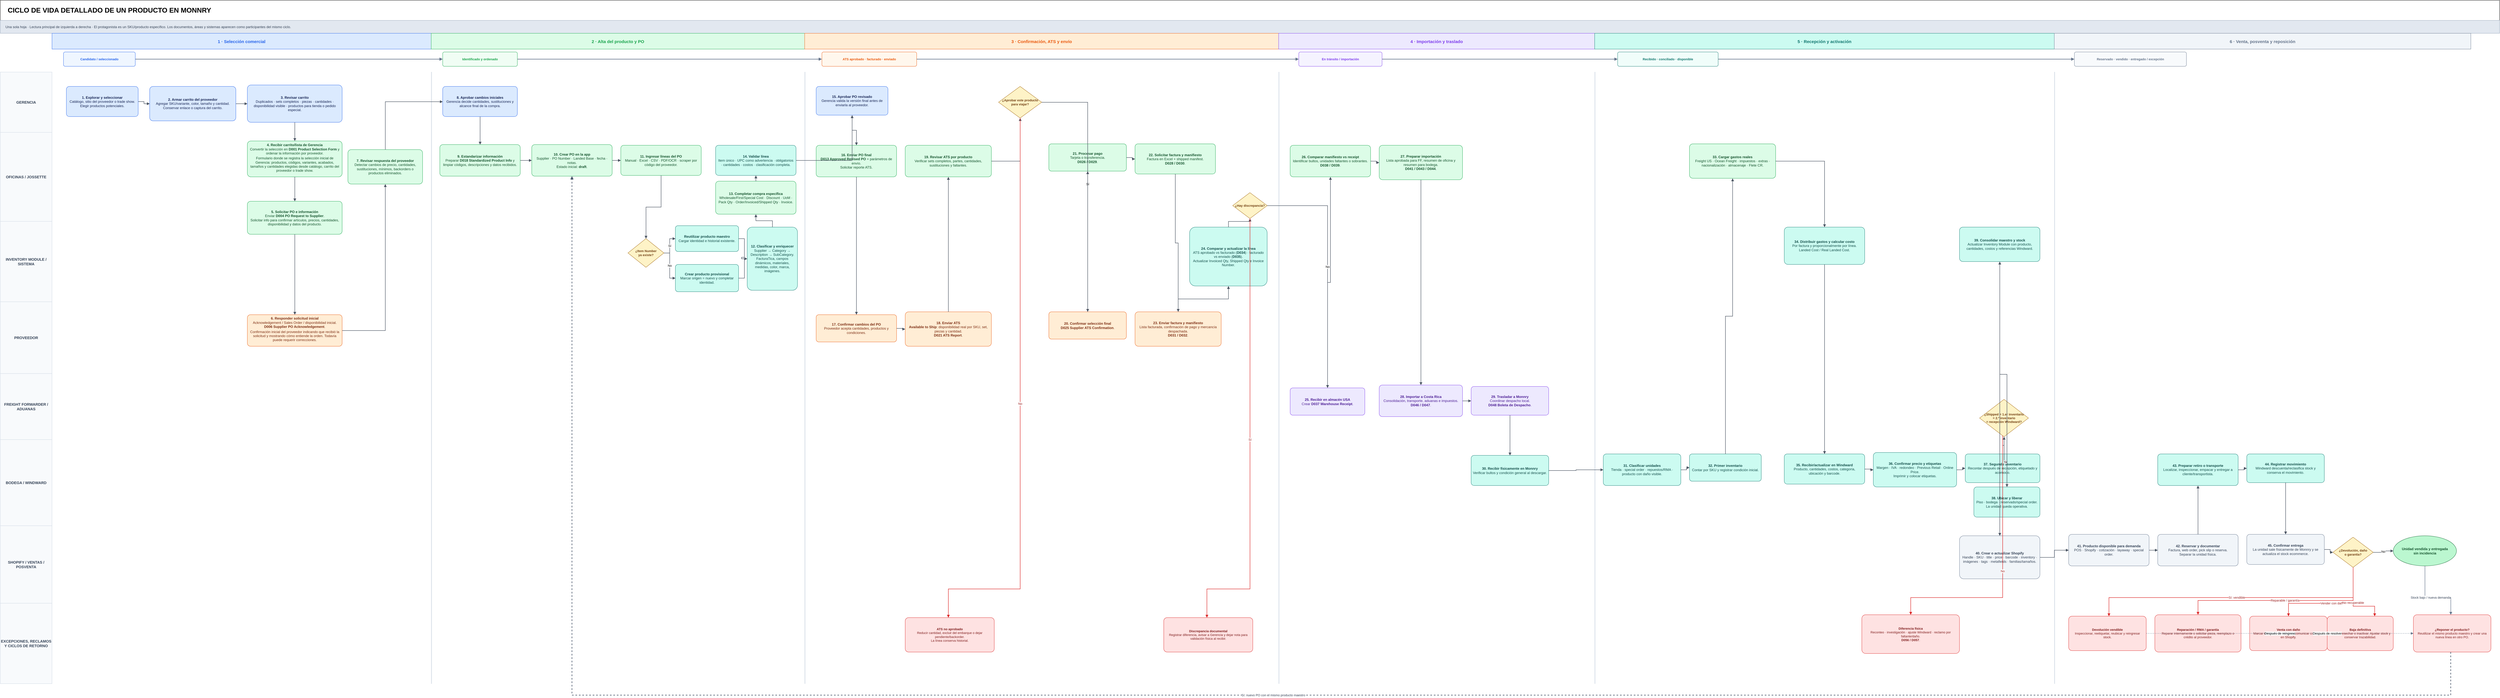
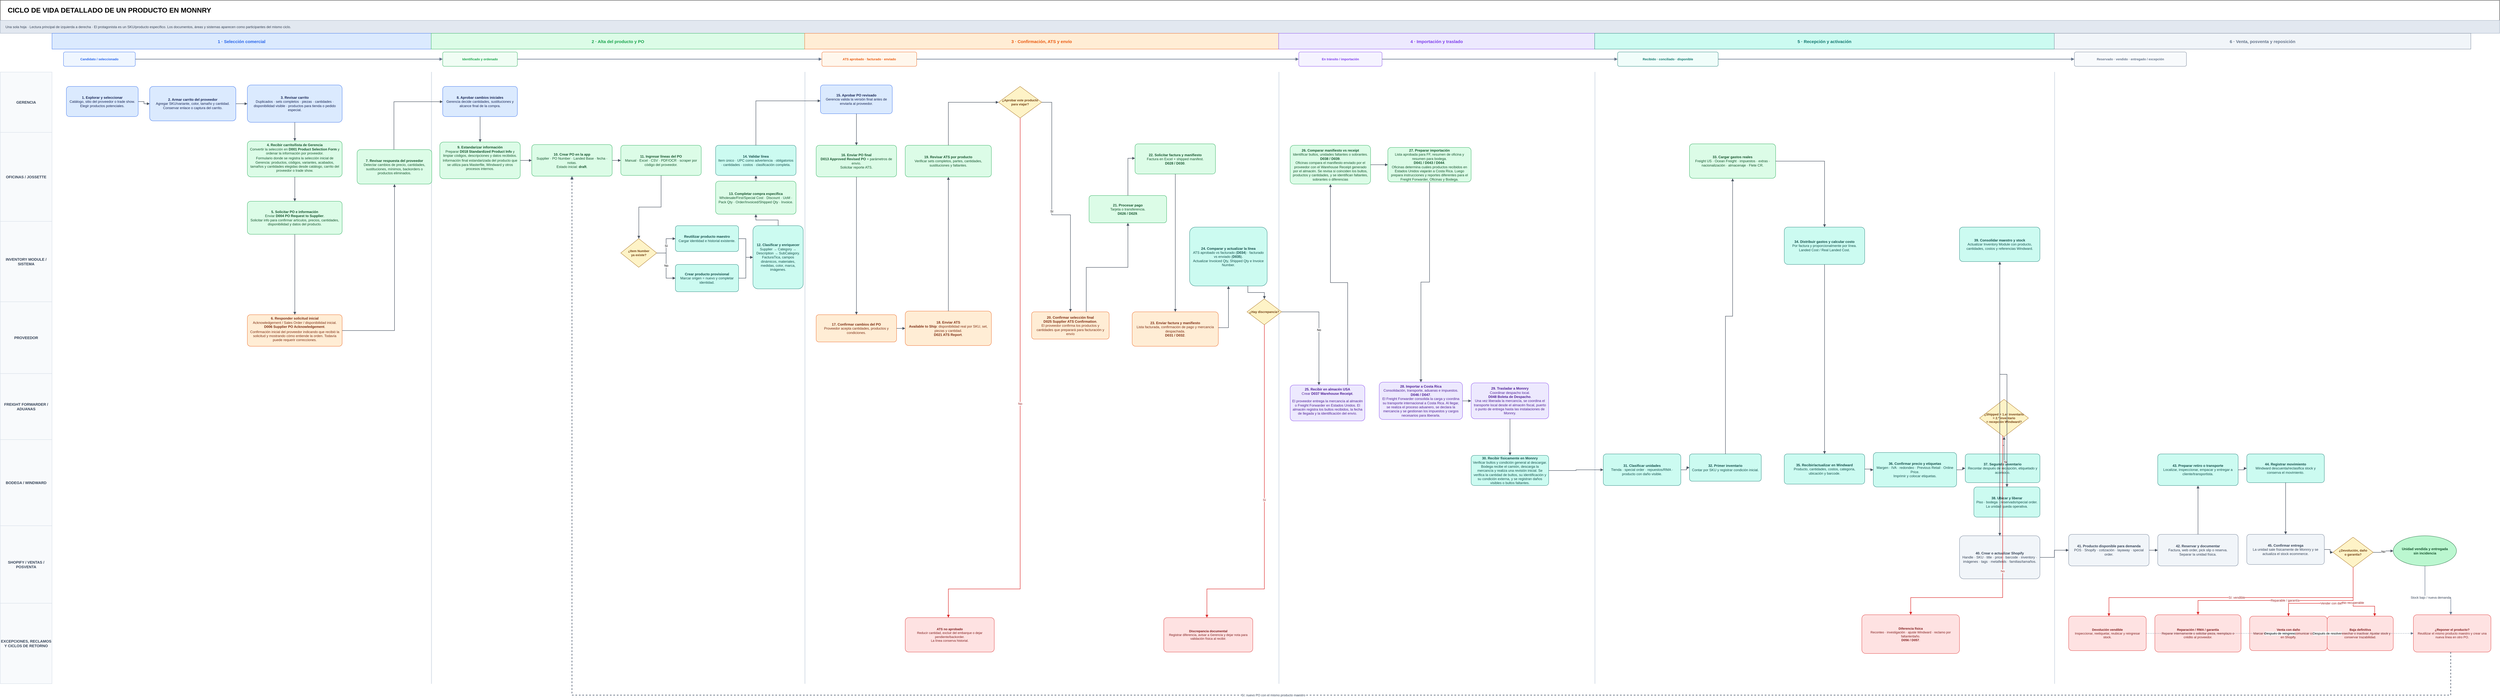
<mxfile host="app.diagrams.net" agent="ChatGPT">
  <diagram id="product-lifecycle-one-sheet" name="Ciclo completo - una hoja">
-     <mxGraphModel dx="1041" dy="578" grid="1" gridSize="10" guides="1" tooltips="1" connect="1" arrows="1" fold="1" page="1" pageScale="1" pageWidth="8700" pageHeight="2500" background="#ffffff" math="0" shadow="0">
+     <mxGraphModel dx="1339" dy="743" grid="1" gridSize="10" guides="1" tooltips="1" connect="1" arrows="1" fold="1" page="1" pageScale="1" pageWidth="8700" pageHeight="2500" background="#ffffff" math="0" shadow="0">
      <root>
        <mxCell id="0" />
        <mxCell id="1" parent="0" />
        <mxCell id="title" parent="1" style="rounded=0;whiteSpace=wrap;html=1;fontSize=24;fontStyle=1;align=left;verticalAlign=middle;spacingLeft=24;" value="CICLO DE VIDA DETALLADO DE UN PRODUCTO EN MONNRY" vertex="1">
          <mxGeometry height="70" width="8700" as="geometry" />
        </mxCell>
        <mxCell id="subtitle" parent="1" style="rounded=0;whiteSpace=wrap;html=1;fillColor=#e2e8f0;strokeColor=#94a3b8;fontColor=#334155;fontSize=12;align=left;verticalAlign=middle;spacingLeft=16;" value="Una sola hoja · Lectura principal de izquierda a derecha · El protagonista es un SKU/producto específico. Los documentos, áreas y sistemas aparecen como participantes del mismo ciclo." vertex="1">
          <mxGeometry height="45" width="8700" y="70" as="geometry" />
        </mxCell>
        <mxCell id="p1" parent="1" style="rounded=0;whiteSpace=wrap;html=1;strokeWidth=1;fontSize=15;fontStyle=1;align=center;verticalAlign=middle;fillColor=#dbeafe;strokeColor=#2563eb;fontColor=#2563eb;" value="1 · Selección comercial" vertex="1">
          <mxGeometry height="55" width="1320" x="180" y="115" as="geometry" />
        </mxCell>
        <mxCell id="p2" parent="1" style="rounded=0;whiteSpace=wrap;html=1;strokeWidth=1;fontSize=15;fontStyle=1;align=center;verticalAlign=middle;fillColor=#dcfce7;strokeColor=#16a34a;fontColor=#16a34a;" value="2 · Alta del producto y PO" vertex="1">
          <mxGeometry height="55" width="1300" x="1500" y="115" as="geometry" />
        </mxCell>
        <mxCell id="p3" parent="1" style="rounded=0;whiteSpace=wrap;html=1;strokeWidth=1;fontSize=15;fontStyle=1;align=center;verticalAlign=middle;fillColor=#ffedd5;strokeColor=#ea580c;fontColor=#ea580c;" value="3 · Confirmación, ATS y envío" vertex="1">
          <mxGeometry height="55" width="1650" x="2800" y="115" as="geometry" />
        </mxCell>
        <mxCell id="p4" parent="1" style="rounded=0;whiteSpace=wrap;html=1;strokeWidth=1;fontSize=15;fontStyle=1;align=center;verticalAlign=middle;fillColor=#ede9fe;strokeColor=#7c3aed;fontColor=#7c3aed;" value="4 · Importación y traslado" vertex="1">
          <mxGeometry height="55" width="1100" x="4450" y="115" as="geometry" />
        </mxCell>
        <mxCell id="p5" parent="1" style="rounded=0;whiteSpace=wrap;html=1;strokeWidth=1;fontSize=15;fontStyle=1;align=center;verticalAlign=middle;fillColor=#ccfbf1;strokeColor=#0f766e;fontColor=#0f766e;" value="5 · Recepción y activación" vertex="1">
          <mxGeometry height="55" width="1600" x="5550" y="115" as="geometry" />
        </mxCell>
        <mxCell id="p6" parent="1" style="rounded=0;whiteSpace=wrap;html=1;strokeWidth=1;fontSize=15;fontStyle=1;align=center;verticalAlign=middle;fillColor=#f1f5f9;strokeColor=#64748b;fontColor=#64748b;" value="6 · Venta, posventa y reposición" vertex="1">
          <mxGeometry height="55" width="1450" x="7150" y="115" as="geometry" />
        </mxCell>
        <mxCell id="st1" parent="1" style="rounded=1;whiteSpace=wrap;html=1;strokeWidth=1;fontSize=11;fontStyle=1;align=center;verticalAlign=middle;arcSize=12;fillColor=#eff6ff;strokeColor=#2563eb;fontColor=#2563eb;" value="Candidato / seleccionado" vertex="1">
          <mxGeometry height="50" width="250" x="220" y="180" as="geometry" />
        </mxCell>
        <mxCell id="st2" parent="1" style="rounded=1;whiteSpace=wrap;html=1;strokeWidth=1;fontSize=11;fontStyle=1;align=center;verticalAlign=middle;arcSize=12;fillColor=#f0fdf4;strokeColor=#16a34a;fontColor=#16a34a;" value="Identificado y ordenado" vertex="1">
          <mxGeometry height="50" width="260" x="1540" y="180" as="geometry" />
        </mxCell>
        <mxCell id="st3" parent="1" style="rounded=1;whiteSpace=wrap;html=1;strokeWidth=1;fontSize=11;fontStyle=1;align=center;verticalAlign=middle;arcSize=12;fillColor=#fff7ed;strokeColor=#ea580c;fontColor=#ea580c;" value="ATS aprobado · facturado · enviado" vertex="1">
          <mxGeometry height="50" width="330" x="2860" y="180" as="geometry" />
        </mxCell>
        <mxCell id="st4" parent="1" style="rounded=1;whiteSpace=wrap;html=1;strokeWidth=1;fontSize=11;fontStyle=1;align=center;verticalAlign=middle;arcSize=12;fillColor=#f5f3ff;strokeColor=#7c3aed;fontColor=#7c3aed;" value="En tránsito / importación" vertex="1">
          <mxGeometry height="50" width="290" x="4520" y="180" as="geometry" />
        </mxCell>
        <mxCell id="st5" parent="1" style="rounded=1;whiteSpace=wrap;html=1;strokeWidth=1;fontSize=11;fontStyle=1;align=center;verticalAlign=middle;arcSize=12;fillColor=#f0fdfa;strokeColor=#0f766e;fontColor=#0f766e;" value="Recibido · conciliado · disponible" vertex="1">
          <mxGeometry height="50" width="350" x="5630" y="180" as="geometry" />
        </mxCell>
        <mxCell id="st6" parent="1" style="rounded=1;whiteSpace=wrap;html=1;strokeWidth=1;fontSize=11;fontStyle=1;align=center;verticalAlign=middle;arcSize=12;fillColor=#f8fafc;strokeColor=#64748b;fontColor=#64748b;" value="Reservado · vendido · entregado / excepción" vertex="1">
          <mxGeometry height="50" width="390" x="7220" y="180" as="geometry" />
        </mxCell>
        <mxCell id="state_e1" edge="1" parent="1" source="st1" style="edgeStyle=orthogonalEdgeStyle;rounded=0;html=1;endArrow=block;endFill=1;strokeWidth=2;strokeColor=#64748b;" target="st2" value="">
          <mxGeometry relative="1" as="geometry" />
        </mxCell>
        <mxCell id="state_e2" edge="1" parent="1" source="st2" style="edgeStyle=orthogonalEdgeStyle;rounded=0;html=1;endArrow=block;endFill=1;strokeWidth=2;strokeColor=#64748b;" target="st3" value="">
          <mxGeometry relative="1" as="geometry" />
        </mxCell>
        <mxCell id="state_e3" edge="1" parent="1" source="st3" style="edgeStyle=orthogonalEdgeStyle;rounded=0;html=1;endArrow=block;endFill=1;strokeWidth=2;strokeColor=#64748b;" target="st4" value="">
          <mxGeometry relative="1" as="geometry" />
        </mxCell>
        <mxCell id="state_e4" edge="1" parent="1" source="st4" style="edgeStyle=orthogonalEdgeStyle;rounded=0;html=1;endArrow=block;endFill=1;strokeWidth=2;strokeColor=#64748b;" target="st5" value="">
          <mxGeometry relative="1" as="geometry" />
        </mxCell>
        <mxCell id="state_e5" edge="1" parent="1" source="st5" style="edgeStyle=orthogonalEdgeStyle;rounded=0;html=1;endArrow=block;endFill=1;strokeWidth=2;strokeColor=#64748b;" target="st6" value="">
          <mxGeometry relative="1" as="geometry" />
        </mxCell>
        <mxCell id="lane_g" parent="1" style="rounded=0;whiteSpace=wrap;html=1;strokeColor=#cbd5e1;fillColor=#f8fafc;fontColor=#334155;fontSize=13;fontStyle=1;align=center;verticalAlign=middle;" value="GERENCIA" vertex="1">
          <mxGeometry height="210" width="180" y="250" as="geometry" />
        </mxCell>
        <mxCell id="lane_o" parent="1" style="rounded=0;whiteSpace=wrap;html=1;strokeColor=#cbd5e1;fillColor=#f8fafc;fontColor=#334155;fontSize=13;fontStyle=1;align=center;verticalAlign=middle;" value="OFICINAS / JOSSETTE" vertex="1">
          <mxGeometry height="310" width="180" y="460" as="geometry" />
        </mxCell>
        <mxCell id="lane_i" parent="1" style="rounded=0;whiteSpace=wrap;html=1;strokeColor=#cbd5e1;fillColor=#f8fafc;fontColor=#334155;fontSize=13;fontStyle=1;align=center;verticalAlign=middle;" value="INVENTORY MODULE / SISTEMA" vertex="1">
          <mxGeometry height="280" width="180" y="770" as="geometry" />
        </mxCell>
        <mxCell id="lane_s" parent="1" style="rounded=0;whiteSpace=wrap;html=1;strokeColor=#cbd5e1;fillColor=#f8fafc;fontColor=#334155;fontSize=13;fontStyle=1;align=center;verticalAlign=middle;" value="PROVEEDOR" vertex="1">
          <mxGeometry height="250" width="180" y="1050" as="geometry" />
        </mxCell>
        <mxCell id="lane_f" parent="1" style="rounded=0;whiteSpace=wrap;html=1;strokeColor=#cbd5e1;fillColor=#f8fafc;fontColor=#334155;fontSize=13;fontStyle=1;align=center;verticalAlign=middle;" value="FREIGHT FORWARDER / ADUANAS" vertex="1">
          <mxGeometry height="230" width="180" y="1300" as="geometry" />
        </mxCell>
        <mxCell id="lane_b" parent="1" style="rounded=0;whiteSpace=wrap;html=1;strokeColor=#cbd5e1;fillColor=#f8fafc;fontColor=#334155;fontSize=13;fontStyle=1;align=center;verticalAlign=middle;" value="BODEGA / WINDWARD" vertex="1">
          <mxGeometry height="300" width="180" y="1530" as="geometry" />
        </mxCell>
        <mxCell id="lane_v" parent="1" style="rounded=0;whiteSpace=wrap;html=1;strokeColor=#cbd5e1;fillColor=#f8fafc;fontColor=#334155;fontSize=13;fontStyle=1;align=center;verticalAlign=middle;" value="SHOPIFY / VENTAS / POSVENTA" vertex="1">
          <mxGeometry height="270" width="180" y="1830" as="geometry" />
        </mxCell>
        <mxCell id="lane_x" parent="1" style="rounded=0;whiteSpace=wrap;html=1;strokeColor=#cbd5e1;fillColor=#f8fafc;fontColor=#334155;fontSize=13;fontStyle=1;align=center;verticalAlign=middle;" value="EXCEPCIONES, RECLAMOS Y CICLOS DE RETORNO" vertex="1">
          <mxGeometry height="280" width="180" y="2100" as="geometry" />
        </mxCell>
        <mxCell id="sep1" parent="1" style="rounded=0;html=1;fillColor=#cbd5e1;strokeColor=#cbd5e1;opacity=60;" value="" vertex="1">
          <mxGeometry height="2130" width="2" x="1500" y="250" as="geometry" />
        </mxCell>
        <mxCell id="sep2" parent="1" style="rounded=0;html=1;fillColor=#cbd5e1;strokeColor=#cbd5e1;opacity=60;" value="" vertex="1">
          <mxGeometry height="2130" width="2" x="2800" y="250" as="geometry" />
        </mxCell>
        <mxCell id="sep3" parent="1" style="rounded=0;html=1;fillColor=#cbd5e1;strokeColor=#cbd5e1;opacity=60;" value="" vertex="1">
          <mxGeometry height="2130" width="2" x="4450" y="250" as="geometry" />
        </mxCell>
        <mxCell id="sep4" parent="1" style="rounded=0;html=1;fillColor=#cbd5e1;strokeColor=#cbd5e1;opacity=60;" value="" vertex="1">
          <mxGeometry height="2130" width="2" x="5550" y="250" as="geometry" />
        </mxCell>
        <mxCell id="sep5" parent="1" style="rounded=0;html=1;fillColor=#cbd5e1;strokeColor=#cbd5e1;opacity=60;" value="" vertex="1">
          <mxGeometry height="2130" width="2" x="7150" y="250" as="geometry" />
        </mxCell>
        <mxCell id="g1" parent="1" style="rounded=1;whiteSpace=wrap;html=1;strokeColor=#2563eb;fillColor=#dbeafe;fontColor=#172554;fontSize=12;align=center;verticalAlign=middle;spacing=7;arcSize=10;" value="&lt;b&gt;1. Explorar y seleccionar&lt;/b&gt;&lt;br&gt;Catálogo, sitio del proveedor o trade show.&lt;br&gt;Elegir productos potenciales." vertex="1">
          <mxGeometry height="105" width="250" x="230" y="300" as="geometry" />
        </mxCell>
        <mxCell id="g2" parent="1" style="rounded=1;whiteSpace=wrap;html=1;strokeColor=#2563eb;fillColor=#dbeafe;fontColor=#172554;fontSize=12;align=center;verticalAlign=middle;spacing=7;arcSize=10;" value="&lt;b&gt;2. Armar carrito del proveedor&lt;/b&gt;&lt;br&gt;Agregar SKU/variante, color, tamaño y cantidad.&lt;br&gt;Conservar enlace o captura del carrito." vertex="1">
          <mxGeometry height="120" width="300" x="520" y="300" as="geometry" />
        </mxCell>
        <mxCell id="g3" parent="1" style="rounded=1;whiteSpace=wrap;html=1;strokeColor=#2563eb;fillColor=#dbeafe;fontColor=#172554;fontSize=12;align=center;verticalAlign=middle;spacing=7;arcSize=10;" value="&lt;b&gt;3. Revisar carrito&lt;/b&gt;&lt;br&gt;Duplicados · sets completos · piezas · cantidades · disponibilidad visible · productos para tienda o pedido especial." vertex="1">
          <mxGeometry height="130" width="330" x="860" y="295" as="geometry" />
        </mxCell>
        <mxCell id="o1" parent="1" style="rounded=1;whiteSpace=wrap;html=1;strokeColor=#16a34a;fillColor=#dcfce7;fontColor=#14532d;fontSize=12;align=center;verticalAlign=middle;spacing=7;arcSize=10;" value="&lt;b&gt;4. Recibir carrito/lista de Gerencia&lt;/b&gt;&lt;br&gt;Convertir la selección en &lt;b&gt;D001 Product Selection Form&lt;/b&gt; y ordenar la información por proveedor.&lt;div&gt;&lt;table&gt;&lt;tbody&gt;&lt;tr data-start=&quot;1171&quot; data-end=&quot;1396&quot;&gt;&lt;td data-col-size=&quot;xl&quot; data-start=&quot;1207&quot; data-end=&quot;1396&quot;&gt;Formulario donde se registra la selección inicial de Gerencia: productos, códigos, variantes, acabados, tamaños y cantidades elegidas desde catálogo, carrito del proveedor o trade show.&lt;/td&gt;&lt;/tr&gt;&lt;/tbody&gt;&lt;/table&gt;&lt;table&gt;&lt;tbody&gt;&lt;tr data-start=&quot;1397&quot; data-end=&quot;1542&quot;&gt;&lt;td data-start=&quot;1397&quot; data-end=&quot;1408&quot; data-col-size=&quot;sm&quot;&gt;&lt;/td&gt;&lt;/tr&gt;&lt;/tbody&gt;&lt;/table&gt;&lt;/div&gt;" vertex="1">
          <mxGeometry height="125" width="330" x="860" y="490" as="geometry" />
        </mxCell>
        <mxCell id="o2" parent="1" style="rounded=1;whiteSpace=wrap;html=1;strokeColor=#16a34a;fillColor=#dcfce7;fontColor=#14532d;fontSize=12;align=center;verticalAlign=middle;spacing=7;arcSize=10;" value="&lt;b&gt;5. Solicitar PO e información&lt;/b&gt;&lt;br&gt;Enviar &lt;b&gt;D004 PO Request to Supplier&lt;/b&gt;.&lt;br&gt;Solicitar info para confirmar artículos, precios, cantidades, disponibilidad y datos del producto." vertex="1">
          <mxGeometry height="115" width="330" x="860" y="700" as="geometry" />
        </mxCell>
        <mxCell id="s1" parent="1" style="rounded=1;whiteSpace=wrap;html=1;strokeColor=#ea580c;fillColor=#ffedd5;fontColor=#7c2d12;fontSize=12;align=center;verticalAlign=middle;spacing=7;arcSize=10;" value="&lt;b&gt;6. Responder solicitud inicial&lt;/b&gt;&lt;br&gt;Acknowledgement / Sales Order / disponibilidad inicial.&lt;br&gt;&lt;b&gt;D006 Supplier PO Acknowledgement&lt;/b&gt;.&lt;div&gt;&lt;table&gt;&lt;tbody&gt;&lt;tr data-start=&quot;1743&quot; data-end=&quot;1930&quot;&gt;&lt;td data-start=&quot;1784&quot; data-end=&quot;1930&quot; data-col-size=&quot;xl&quot;&gt;Confirmación inicial del proveedor indicando que recibió la solicitud y mostrando cómo entiende la orden. Todavía puede requerir correcciones.&lt;/td&gt;&lt;/tr&gt;&lt;/tbody&gt;&lt;/table&gt;&lt;table&gt;&lt;tbody&gt;&lt;tr data-start=&quot;1931&quot; data-end=&quot;2079&quot;&gt;&lt;td data-start=&quot;1931&quot; data-end=&quot;1942&quot; data-col-size=&quot;sm&quot;&gt;&lt;/td&gt;&lt;/tr&gt;&lt;/tbody&gt;&lt;/table&gt;&lt;/div&gt;" vertex="1">
          <mxGeometry height="110" width="330" x="860" y="1095" as="geometry" />
        </mxCell>
        <mxCell id="o3" parent="1" style="rounded=1;whiteSpace=wrap;html=1;strokeColor=#16a34a;fillColor=#dcfce7;fontColor=#14532d;fontSize=12;align=center;verticalAlign=middle;spacing=7;arcSize=10;" value="&lt;b&gt;7. Revisar respuesta del proveedor&lt;/b&gt;&lt;br&gt;Detectar cambios de precio, cantidades, sustituciones, mínimos, backorders o productos eliminados." vertex="1">
-           <mxGeometry height="120" width="260" x="1210" y="520" as="geometry" />
+           <mxGeometry height="120" width="260" x="1242" y="520" as="geometry" />
        </mxCell>
        <mxCell id="e1" edge="1" parent="1" source="g1" style="edgeStyle=orthogonalEdgeStyle;rounded=0;orthogonalLoop=1;jettySize=auto;html=1;endArrow=block;endFill=1;strokeWidth=1.5;strokeColor=#4b5563;fontSize=11;labelBackgroundColor=#ffffff;" target="g2" value="">
          <mxGeometry relative="1" as="geometry" />
        </mxCell>
        <mxCell id="e2" edge="1" parent="1" source="g2" style="edgeStyle=orthogonalEdgeStyle;rounded=0;orthogonalLoop=1;jettySize=auto;html=1;endArrow=block;endFill=1;strokeWidth=1.5;strokeColor=#4b5563;fontSize=11;labelBackgroundColor=#ffffff;" target="g3" value="">
          <mxGeometry relative="1" as="geometry" />
        </mxCell>
        <mxCell id="e3" edge="1" parent="1" source="g3" style="edgeStyle=orthogonalEdgeStyle;rounded=0;orthogonalLoop=1;jettySize=auto;html=1;endArrow=block;endFill=1;strokeWidth=1.5;strokeColor=#4b5563;fontSize=11;labelBackgroundColor=#ffffff;" target="o1" value="">
          <mxGeometry relative="1" as="geometry" />
        </mxCell>
        <mxCell id="e4" edge="1" parent="1" source="o1" style="edgeStyle=orthogonalEdgeStyle;rounded=0;orthogonalLoop=1;jettySize=auto;html=1;endArrow=block;endFill=1;strokeWidth=1.5;strokeColor=#4b5563;fontSize=11;labelBackgroundColor=#ffffff;" target="o2" value="">
          <mxGeometry relative="1" as="geometry" />
        </mxCell>
        <mxCell id="e5" edge="1" parent="1" source="o2" style="edgeStyle=orthogonalEdgeStyle;rounded=0;orthogonalLoop=1;jettySize=auto;html=1;endArrow=block;endFill=1;strokeWidth=1.5;strokeColor=#4b5563;fontSize=11;labelBackgroundColor=#ffffff;" target="s1" value="">
          <mxGeometry relative="1" as="geometry" />
        </mxCell>
        <mxCell id="e6" edge="1" parent="1" source="s1" style="edgeStyle=orthogonalEdgeStyle;rounded=0;orthogonalLoop=1;jettySize=auto;html=1;endArrow=block;endFill=1;strokeWidth=1.5;strokeColor=#4b5563;fontSize=11;labelBackgroundColor=#ffffff;" target="o3" value="">
          <mxGeometry relative="1" as="geometry" />
        </mxCell>
        <mxCell id="g4" parent="1" style="rounded=1;whiteSpace=wrap;html=1;strokeColor=#2563eb;fillColor=#dbeafe;fontColor=#172554;fontSize=12;align=center;verticalAlign=middle;spacing=7;arcSize=10;" value="&lt;b&gt;8. Aprobar cambios iniciales&lt;/b&gt;&lt;br&gt;Gerencia decide cantidades, sustituciones y alcance final de la compra." vertex="1">
          <mxGeometry height="105" width="260" x="1540" y="300" as="geometry" />
        </mxCell>
-         <mxCell id="o4" parent="1" style="rounded=1;whiteSpace=wrap;html=1;strokeColor=#16a34a;fillColor=#dcfce7;fontColor=#14532d;fontSize=12;align=center;verticalAlign=middle;spacing=7;arcSize=10;" value="&lt;b&gt;9. Estandarizar información&lt;/b&gt;&lt;br&gt;Preparar &lt;b&gt;D018 Standardized Product Info&lt;/b&gt; y limpiar códigos, descripciones y datos recibidos." vertex="1">
-           <mxGeometry height="110" width="280" x="1530" y="502.5" as="geometry" />
+         <mxCell id="o4" parent="1" style="rounded=1;whiteSpace=wrap;html=1;strokeColor=#16a34a;fillColor=#dcfce7;fontColor=#14532d;fontSize=12;align=center;verticalAlign=middle;spacing=7;arcSize=10;" value="&lt;b&gt;9. Estandarizar información&lt;/b&gt;&lt;br&gt;Preparar &lt;b&gt;D018 Standardized Product Info&lt;/b&gt; y limpiar códigos, descripciones y datos recibidos.&lt;div&gt;&lt;div class=&quot;TyagGW_tableContainer&quot;&gt;&lt;div tabindex=&quot;-1&quot; class=&quot;group TyagGW_tableWrapper flex flex-col-reverse w-fit&quot;&gt;&lt;table data-start=&quot;2579&quot; data-end=&quot;3482&quot; class=&quot;w-fit min-w-(--thread-content-width)&quot;&gt;&lt;tbody data-start=&quot;2638&quot; data-end=&quot;3482&quot;&gt;&lt;tr data-start=&quot;3327&quot; data-end=&quot;3482&quot;&gt;&lt;td data-col-size=&quot;lg&quot; data-start=&quot;3366&quot; data-end=&quot;3482&quot;&gt;Información final estandarizada del producto que se utiliza para Masterfile, Windward y otros procesos internos.&lt;/td&gt;&lt;/tr&gt;&lt;/tbody&gt;&lt;/table&gt;&lt;/div&gt;&lt;/div&gt;&lt;h3 data-section-id=&quot;13wfbe&quot; data-start=&quot;3484&quot; data-end=&quot;3516&quot;&gt;&lt;/h3&gt;&lt;/div&gt;" vertex="1">
+           <mxGeometry height="127.5" width="280" x="1530" y="493.75" as="geometry" />
        </mxCell>
        <mxCell id="o5" parent="1" style="rounded=1;whiteSpace=wrap;html=1;strokeColor=#16a34a;fillColor=#dcfce7;fontColor=#14532d;fontSize=12;align=center;verticalAlign=middle;spacing=7;arcSize=10;" value="&lt;b&gt;10. Crear PO en la app&lt;/b&gt;&lt;br&gt;Supplier · PO Number · Landed Base · fecha · notas.&lt;br&gt;Estado inicial: &lt;b&gt;draft&lt;/b&gt;." vertex="1">
          <mxGeometry height="110" width="280" x="1850" y="502.5" as="geometry" />
        </mxCell>
        <mxCell id="o6" parent="1" style="rounded=1;whiteSpace=wrap;html=1;strokeColor=#16a34a;fillColor=#dcfce7;fontColor=#14532d;fontSize=12;align=center;verticalAlign=middle;spacing=7;arcSize=10;" value="&lt;b&gt;11. Ingresar líneas del PO&lt;/b&gt;&lt;br&gt;Manual · Excel · CSV · PDF/OCR · scraper por código del proveedor." vertex="1">
          <mxGeometry height="105" width="280" x="2160" y="505" as="geometry" />
        </mxCell>
        <mxCell id="d_exist" parent="1" style="rhombus;whiteSpace=wrap;html=1;strokeColor=#a16207;fillColor=#fef3c7;fontColor=#713f12;fontSize=11;fontStyle=1;align=center;verticalAlign=middle;spacing=5;" value="¿Item Number&lt;br&gt;ya existe?" vertex="1">
-           <mxGeometry height="100" width="125" x="2185" y="830" as="geometry" />
+           <mxGeometry height="100" width="125" x="2160" y="830" as="geometry" />
        </mxCell>
        <mxCell id="i_exist" parent="1" style="rounded=1;whiteSpace=wrap;html=1;strokeColor=#0f766e;fillColor=#ccfbf1;fontColor=#134e4a;fontSize=12;align=center;verticalAlign=middle;spacing=7;arcSize=10;" value="&lt;b&gt;Reutilizar producto maestro&lt;/b&gt;&lt;br&gt;Cargar identidad e historial existente." vertex="1">
          <mxGeometry height="90" width="220" x="2350" y="785" as="geometry" />
        </mxCell>
        <mxCell id="i_new" parent="1" style="rounded=1;whiteSpace=wrap;html=1;strokeColor=#0f766e;fillColor=#ccfbf1;fontColor=#134e4a;fontSize=12;align=center;verticalAlign=middle;spacing=7;arcSize=10;" value="&lt;b&gt;Crear producto provisional&lt;/b&gt;&lt;br&gt;Marcar origen = nuevo y completar identidad." vertex="1">
          <mxGeometry height="95" width="220" x="2350" y="920" as="geometry" />
        </mxCell>
        <mxCell id="i_class" parent="1" style="rounded=1;whiteSpace=wrap;html=1;strokeColor=#0f766e;fillColor=#ccfbf1;fontColor=#134e4a;fontSize=12;align=center;verticalAlign=middle;spacing=7;arcSize=10;" value="&lt;b&gt;12. Clasificar y enriquecer&lt;/b&gt;&lt;br&gt;Supplier → Category → Description → SubCategory.&lt;br&gt;FacturaTica, campos dinámicos, materiales, medidas, color, marca, imágenes." vertex="1">
-           <mxGeometry height="220" width="175" x="2600" y="790" as="geometry" />
+           <mxGeometry height="220" width="175" x="2620" y="785" as="geometry" />
        </mxCell>
        <mxCell id="o7" parent="1" style="rounded=1;whiteSpace=wrap;html=1;strokeColor=#16a34a;fillColor=#dcfce7;fontColor=#14532d;fontSize=12;align=center;verticalAlign=middle;spacing=7;arcSize=10;" value="&lt;b&gt;13. Completar compra específica&lt;/b&gt;&lt;br&gt;Wholesale/First/Special Cost · Discount · UoM · Pack Qty · Order/Invoiced/Shipped Qty · Invoice." vertex="1">
          <mxGeometry height="115" width="280" x="2490" y="630" as="geometry" />
        </mxCell>
        <mxCell id="i_validate" parent="1" style="rounded=1;whiteSpace=wrap;html=1;strokeColor=#0f766e;fillColor=#ccfbf1;fontColor=#134e4a;fontSize=12;align=center;verticalAlign=middle;spacing=7;arcSize=10;" value="&lt;b&gt;14. Validar línea&lt;/b&gt;&lt;br&gt;Item único · UPC como advertencia · obligatorios · cantidades · costos · clasificación completa." vertex="1">
          <mxGeometry height="105" width="280" x="2490" y="505" as="geometry" />
        </mxCell>
        <mxCell id="e7" edge="1" parent="1" source="o3" style="edgeStyle=orthogonalEdgeStyle;rounded=0;orthogonalLoop=1;jettySize=auto;html=1;endArrow=block;endFill=1;strokeWidth=1.5;strokeColor=#4b5563;fontSize=11;labelBackgroundColor=#ffffff;" target="g4" value="">
          <mxGeometry relative="1" as="geometry">
            <Array as="points">
-               <mxPoint x="1340" y="353" />
-             </Array>
+               <mxPoint x="1370" y="353" />
+             </Array>
+             <mxPoint x="1340" y="480" as="sourcePoint" />
          </mxGeometry>
        </mxCell>
        <mxCell id="e8" edge="1" parent="1" source="g4" style="edgeStyle=orthogonalEdgeStyle;rounded=0;orthogonalLoop=1;jettySize=auto;html=1;endArrow=block;endFill=1;strokeWidth=1.5;strokeColor=#4b5563;fontSize=11;labelBackgroundColor=#ffffff;" target="o4" value="">
          <mxGeometry relative="1" as="geometry" />
        </mxCell>
        <mxCell id="e9" edge="1" parent="1" source="o4" style="edgeStyle=orthogonalEdgeStyle;rounded=0;orthogonalLoop=1;jettySize=auto;html=1;endArrow=block;endFill=1;strokeWidth=1.5;strokeColor=#4b5563;fontSize=11;labelBackgroundColor=#ffffff;" target="o5" value="">
          <mxGeometry relative="1" as="geometry" />
        </mxCell>
        <mxCell id="e10" edge="1" parent="1" source="o5" style="edgeStyle=orthogonalEdgeStyle;rounded=0;orthogonalLoop=1;jettySize=auto;html=1;endArrow=block;endFill=1;strokeWidth=1.5;strokeColor=#4b5563;fontSize=11;labelBackgroundColor=#ffffff;" target="o6" value="">
          <mxGeometry relative="1" as="geometry" />
        </mxCell>
        <mxCell id="e11" edge="1" parent="1" source="o6" style="edgeStyle=orthogonalEdgeStyle;rounded=0;orthogonalLoop=1;jettySize=auto;html=1;endArrow=block;endFill=1;strokeWidth=1.5;strokeColor=#4b5563;fontSize=11;labelBackgroundColor=#ffffff;" target="d_exist" value="">
          <mxGeometry relative="1" as="geometry" />
        </mxCell>
        <mxCell id="e12" edge="1" parent="1" source="d_exist" style="edgeStyle=orthogonalEdgeStyle;rounded=0;orthogonalLoop=1;jettySize=auto;html=1;endArrow=block;endFill=1;strokeWidth=1.5;strokeColor=#4b5563;fontSize=11;labelBackgroundColor=#ffffff;" target="i_exist" value="Sí">
          <mxGeometry relative="1" as="geometry" />
        </mxCell>
        <mxCell id="e13" edge="1" parent="1" source="d_exist" style="edgeStyle=orthogonalEdgeStyle;rounded=0;orthogonalLoop=1;jettySize=auto;html=1;endArrow=block;endFill=1;strokeWidth=1.5;strokeColor=#4b5563;fontSize=11;labelBackgroundColor=#ffffff;" target="i_new" value="No">
          <mxGeometry relative="1" as="geometry" />
        </mxCell>
        <mxCell id="e14" edge="1" parent="1" source="i_exist" style="edgeStyle=orthogonalEdgeStyle;rounded=0;orthogonalLoop=1;jettySize=auto;html=1;endArrow=block;endFill=1;strokeWidth=1.5;strokeColor=#4b5563;fontSize=11;labelBackgroundColor=#ffffff;" target="i_class" value="">
          <mxGeometry relative="1" as="geometry" />
        </mxCell>
        <mxCell id="e15" edge="1" parent="1" source="i_new" style="edgeStyle=orthogonalEdgeStyle;rounded=0;orthogonalLoop=1;jettySize=auto;html=1;endArrow=block;endFill=1;strokeWidth=1.5;strokeColor=#4b5563;fontSize=11;labelBackgroundColor=#ffffff;" target="i_class" value="">
          <mxGeometry relative="1" as="geometry" />
        </mxCell>
        <mxCell id="e16" edge="1" parent="1" source="i_class" style="edgeStyle=orthogonalEdgeStyle;rounded=0;orthogonalLoop=1;jettySize=auto;html=1;endArrow=block;endFill=1;strokeWidth=1.5;strokeColor=#4b5563;fontSize=11;labelBackgroundColor=#ffffff;" target="o7" value="">
          <mxGeometry relative="1" as="geometry" />
        </mxCell>
        <mxCell id="e17" edge="1" parent="1" source="o7" style="edgeStyle=orthogonalEdgeStyle;rounded=0;orthogonalLoop=1;jettySize=auto;html=1;endArrow=block;endFill=1;strokeWidth=1.5;strokeColor=#4b5563;fontSize=11;labelBackgroundColor=#ffffff;" target="i_validate" value="">
          <mxGeometry relative="1" as="geometry" />
        </mxCell>
        <mxCell id="g5" parent="1" style="rounded=1;whiteSpace=wrap;html=1;strokeColor=#2563eb;fillColor=#dbeafe;fontColor=#172554;fontSize=12;align=center;verticalAlign=middle;spacing=7;arcSize=10;" value="&lt;b&gt;15. Aprobar PO revisado&lt;/b&gt;&lt;br&gt;Gerencia valida la versión final antes de enviarla al proveedor." vertex="1">
-           <mxGeometry height="100" width="250" x="2840" y="300" as="geometry" />
+           <mxGeometry height="100" width="250" x="2855" y="295" as="geometry" />
        </mxCell>
        <mxCell id="o8" parent="1" style="rounded=1;whiteSpace=wrap;html=1;strokeColor=#16a34a;fillColor=#dcfce7;fontColor=#14532d;fontSize=12;align=center;verticalAlign=middle;spacing=7;arcSize=10;" value="&lt;b&gt;16. Enviar PO final&lt;/b&gt;&lt;br&gt;&lt;b&gt;D013 Approved Revised PO&lt;/b&gt; + parámetros de envío.&lt;br&gt;Solicitar reporte ATS." vertex="1">
          <mxGeometry height="110" width="280" x="2840" y="505" as="geometry" />
        </mxCell>
        <mxCell id="s2" parent="1" style="rounded=1;whiteSpace=wrap;html=1;strokeColor=#ea580c;fillColor=#ffedd5;fontColor=#7c2d12;fontSize=12;align=center;verticalAlign=middle;spacing=7;arcSize=10;" value="&lt;b&gt;17. Confirmar cambios del PO&lt;/b&gt;&lt;br&gt;Proveedor acepta cantidades, productos y condiciones." vertex="1">
          <mxGeometry height="95" width="280" x="2840" y="1095" as="geometry" />
        </mxCell>
        <mxCell id="s3" parent="1" style="rounded=1;whiteSpace=wrap;html=1;strokeColor=#ea580c;fillColor=#ffedd5;fontColor=#7c2d12;fontSize=12;align=center;verticalAlign=middle;spacing=7;arcSize=10;" value="&lt;b&gt;18. Enviar ATS&lt;/b&gt;&lt;br&gt;&lt;b&gt;Available to Ship&lt;/b&gt;: disponibilidad real por SKU, set, piezas y cantidad.&lt;br&gt;&lt;b&gt;D021 ATS Report&lt;/b&gt;." vertex="1">
-           <mxGeometry height="120" width="300" x="3150" y="1085" as="geometry" />
+           <mxGeometry height="120" width="300" x="3150" y="1082.5" as="geometry" />
        </mxCell>
        <mxCell id="o9" parent="1" style="rounded=1;whiteSpace=wrap;html=1;strokeColor=#16a34a;fillColor=#dcfce7;fontColor=#14532d;fontSize=12;align=center;verticalAlign=middle;spacing=7;arcSize=10;" value="&lt;b&gt;19. Revisar ATS por producto&lt;/b&gt;&lt;br&gt;Verificar sets completos, partes, cantidades, sustituciones y faltantes." vertex="1">
          <mxGeometry height="110" width="300" x="3150" y="505" as="geometry" />
        </mxCell>
        <mxCell id="d_ats" parent="1" style="rhombus;whiteSpace=wrap;html=1;strokeColor=#a16207;fillColor=#fef3c7;fontColor=#713f12;fontSize=11;fontStyle=1;align=center;verticalAlign=middle;spacing=5;" value="¿Aprobar este producto&lt;br&gt;para viajar?" vertex="1">
          <mxGeometry height="110" width="150" x="3475" y="300" as="geometry" />
        </mxCell>
-         <mxCell id="s4" parent="1" style="rounded=1;whiteSpace=wrap;html=1;strokeColor=#ea580c;fillColor=#ffedd5;fontColor=#7c2d12;fontSize=12;align=center;verticalAlign=middle;spacing=7;arcSize=10;" value="&lt;b&gt;20. Confirmar selección final&lt;/b&gt;&lt;br&gt;&lt;b&gt;D025 Supplier ATS Confirmation&lt;/b&gt;." vertex="1">
-           <mxGeometry height="95" width="270" x="3650" y="1085" as="geometry" />
+         <mxCell id="s4" parent="1" style="rounded=1;whiteSpace=wrap;html=1;strokeColor=#ea580c;fillColor=#ffedd5;fontColor=#7c2d12;fontSize=12;align=center;verticalAlign=middle;spacing=7;arcSize=10;" value="&lt;b&gt;20. Confirmar selección final&lt;/b&gt;&lt;br&gt;&lt;b&gt;D025 Supplier ATS Confirmation&lt;/b&gt;.&lt;div&gt;El proveedor confirma los productos y cantidades que preparará para facturación y envío&lt;/div&gt;" vertex="1">
+           <mxGeometry height="95" width="270" x="3590" y="1085" as="geometry" />
        </mxCell>
        <mxCell id="o10" parent="1" style="rounded=1;whiteSpace=wrap;html=1;strokeColor=#16a34a;fillColor=#dcfce7;fontColor=#14532d;fontSize=12;align=center;verticalAlign=middle;spacing=7;arcSize=10;" value="&lt;b&gt;21. Procesar pago&lt;/b&gt;&lt;br&gt;Tarjeta o transferencia.&lt;br&gt;&lt;b&gt;D026 / D029&lt;/b&gt;." vertex="1">
-           <mxGeometry height="95" width="270" x="3650" y="500" as="geometry" />
+           <mxGeometry height="95" width="270" x="3790" y="680" as="geometry" />
        </mxCell>
        <mxCell id="o11" parent="1" style="rounded=1;whiteSpace=wrap;html=1;strokeColor=#16a34a;fillColor=#dcfce7;fontColor=#14532d;fontSize=12;align=center;verticalAlign=middle;spacing=7;arcSize=10;" value="&lt;b&gt;22. Solicitar factura y manifiesto&lt;/b&gt;&lt;br&gt;Factura en Excel + shipped manifest.&lt;br&gt;&lt;b&gt;D028 / D030&lt;/b&gt;." vertex="1">
          <mxGeometry height="105" width="280" x="3950" y="500" as="geometry" />
        </mxCell>
        <mxCell id="s5" parent="1" style="rounded=1;whiteSpace=wrap;html=1;strokeColor=#ea580c;fillColor=#ffedd5;fontColor=#7c2d12;fontSize=12;align=center;verticalAlign=middle;spacing=7;arcSize=10;" value="&lt;b&gt;23. Enviar factura y manifiesto&lt;/b&gt;&lt;br&gt;Lista facturada, confirmación de pago y mercancía despachada.&lt;br&gt;&lt;b&gt;D031 / D032&lt;/b&gt;." vertex="1">
-           <mxGeometry height="120" width="300" x="3950" y="1085" as="geometry" />
+           <mxGeometry height="120" width="300" x="3940" y="1085" as="geometry" />
        </mxCell>
        <mxCell id="i_compare" parent="1" style="rounded=1;whiteSpace=wrap;html=1;strokeColor=#0f766e;fillColor=#ccfbf1;fontColor=#134e4a;fontSize=12;align=center;verticalAlign=middle;spacing=7;arcSize=10;" value="&lt;b&gt;24. Comparar y actualizar la línea&lt;/b&gt;&lt;br&gt;ATS aprobado vs facturado (&lt;b&gt;D034&lt;/b&gt;) · facturado vs enviado (&lt;b&gt;D035&lt;/b&gt;).&lt;br&gt;Actualizar Invoiced Qty, Shipped Qty e Invoice Number." vertex="1">
          <mxGeometry height="205" width="270" x="4140" y="790" as="geometry" />
        </mxCell>
        <mxCell id="d_diff" parent="1" style="rhombus;whiteSpace=wrap;html=1;strokeColor=#a16207;fillColor=#fef3c7;fontColor=#713f12;fontSize=11;fontStyle=1;align=center;verticalAlign=middle;spacing=5;" value="¿Hay discrepancia?" vertex="1">
-           <mxGeometry height="90" width="120" x="4290" y="670" as="geometry" />
+           <mxGeometry height="90" width="120" x="4340" y="1040" as="geometry" />
        </mxCell>
        <mxCell id="e18" edge="1" parent="1" source="i_validate" style="edgeStyle=orthogonalEdgeStyle;rounded=0;orthogonalLoop=1;jettySize=auto;html=1;endArrow=block;endFill=1;strokeWidth=1.5;strokeColor=#4b5563;fontSize=11;labelBackgroundColor=#ffffff;" target="g5" value="">
-           <mxGeometry relative="1" as="geometry" />
+           <mxGeometry relative="1" as="geometry">
+             <Array as="points">
+               <mxPoint x="2630" y="350" />
+             </Array>
+           </mxGeometry>
        </mxCell>
        <mxCell id="e19" edge="1" parent="1" source="g5" style="edgeStyle=orthogonalEdgeStyle;rounded=0;orthogonalLoop=1;jettySize=auto;html=1;endArrow=block;endFill=1;strokeWidth=1.5;strokeColor=#4b5563;fontSize=11;labelBackgroundColor=#ffffff;" target="o8" value="">
          <mxGeometry relative="1" as="geometry" />
        </mxCell>
        <mxCell id="e20" edge="1" parent="1" source="o8" style="edgeStyle=orthogonalEdgeStyle;rounded=0;orthogonalLoop=1;jettySize=auto;html=1;endArrow=block;endFill=1;strokeWidth=1.5;strokeColor=#4b5563;fontSize=11;labelBackgroundColor=#ffffff;" target="s2" value="">
          <mxGeometry relative="1" as="geometry" />
        </mxCell>
        <mxCell id="e21" edge="1" parent="1" source="s2" style="edgeStyle=orthogonalEdgeStyle;rounded=0;orthogonalLoop=1;jettySize=auto;html=1;endArrow=block;endFill=1;strokeWidth=1.5;strokeColor=#4b5563;fontSize=11;labelBackgroundColor=#ffffff;" target="s3" value="">
          <mxGeometry relative="1" as="geometry" />
        </mxCell>
        <mxCell id="e22" edge="1" parent="1" source="s3" style="edgeStyle=orthogonalEdgeStyle;rounded=0;orthogonalLoop=1;jettySize=auto;html=1;endArrow=block;endFill=1;strokeWidth=1.5;strokeColor=#4b5563;fontSize=11;labelBackgroundColor=#ffffff;" target="o9" value="">
          <mxGeometry relative="1" as="geometry" />
        </mxCell>
        <mxCell id="e23" edge="1" parent="1" source="o9" style="edgeStyle=orthogonalEdgeStyle;rounded=0;orthogonalLoop=1;jettySize=auto;html=1;endArrow=block;endFill=1;strokeWidth=1.5;strokeColor=#4b5563;fontSize=11;labelBackgroundColor=#ffffff;" target="d_ats" value="">
-           <mxGeometry relative="1" as="geometry" />
+           <mxGeometry relative="1" as="geometry">
+             <Array as="points">
+               <mxPoint x="3300" y="355" />
+             </Array>
+           </mxGeometry>
        </mxCell>
        <mxCell id="e24" edge="1" parent="1" source="d_ats" style="edgeStyle=orthogonalEdgeStyle;rounded=0;orthogonalLoop=1;jettySize=auto;html=1;endArrow=block;endFill=1;strokeWidth=1.5;strokeColor=#4b5563;fontSize=11;labelBackgroundColor=#ffffff;" target="s4" value="Sí">
-           <mxGeometry relative="1" as="geometry" />
+           <mxGeometry relative="1" as="geometry">
+             <Array as="points">
+               <mxPoint x="3660" y="355" />
+               <mxPoint x="3660" y="747" />
+               <mxPoint x="3725" y="747" />
+             </Array>
+           </mxGeometry>
        </mxCell>
        <mxCell id="e25" edge="1" parent="1" source="s4" style="edgeStyle=orthogonalEdgeStyle;rounded=0;orthogonalLoop=1;jettySize=auto;html=1;endArrow=block;endFill=1;strokeWidth=1.5;strokeColor=#4b5563;fontSize=11;labelBackgroundColor=#ffffff;" target="o10" value="">
-           <mxGeometry relative="1" as="geometry" />
+           <mxGeometry relative="1" as="geometry">
+             <Array as="points">
+               <mxPoint x="3780" y="930" />
+               <mxPoint x="3925" y="930" />
+             </Array>
+           </mxGeometry>
        </mxCell>
        <mxCell id="e26" edge="1" parent="1" source="o10" style="edgeStyle=orthogonalEdgeStyle;rounded=0;orthogonalLoop=1;jettySize=auto;html=1;endArrow=block;endFill=1;strokeWidth=1.5;strokeColor=#4b5563;fontSize=11;labelBackgroundColor=#ffffff;" target="o11" value="">
-           <mxGeometry relative="1" as="geometry" />
+           <mxGeometry relative="1" as="geometry">
+             <Array as="points">
+               <mxPoint x="3925" y="550" />
+             </Array>
+           </mxGeometry>
        </mxCell>
        <mxCell id="e27" edge="1" parent="1" source="o11" style="edgeStyle=orthogonalEdgeStyle;rounded=0;orthogonalLoop=1;jettySize=auto;html=1;endArrow=block;endFill=1;strokeWidth=1.5;strokeColor=#4b5563;fontSize=11;labelBackgroundColor=#ffffff;" target="s5" value="">
          <mxGeometry relative="1" as="geometry" />
        </mxCell>
        <mxCell id="e28" edge="1" parent="1" source="s5" style="edgeStyle=orthogonalEdgeStyle;rounded=0;orthogonalLoop=1;jettySize=auto;html=1;endArrow=block;endFill=1;strokeWidth=1.5;strokeColor=#4b5563;fontSize=11;labelBackgroundColor=#ffffff;" target="i_compare" value="">
-           <mxGeometry relative="1" as="geometry" />
-         </mxCell>
-         <mxCell id="e29" edge="1" parent="1" source="i_compare" style="edgeStyle=orthogonalEdgeStyle;rounded=0;orthogonalLoop=1;jettySize=auto;html=1;endArrow=block;endFill=1;strokeWidth=1.5;strokeColor=#4b5563;fontSize=11;labelBackgroundColor=#ffffff;" target="d_diff" value="">
-           <mxGeometry relative="1" as="geometry" />
-         </mxCell>
-         <mxCell id="f1" parent="1" style="rounded=1;whiteSpace=wrap;html=1;strokeColor=#7c3aed;fillColor=#ede9fe;fontColor=#4c1d95;fontSize=12;align=center;verticalAlign=middle;spacing=7;arcSize=10;" value="&lt;b&gt;25. Recibir en almacén USA&lt;/b&gt;&lt;br&gt;Crear &lt;b&gt;D037 Warehouse Receipt&lt;/b&gt;." vertex="1">
-           <mxGeometry height="95" width="260" x="4490" y="1350" as="geometry" />
-         </mxCell>
-         <mxCell id="o12" parent="1" style="rounded=1;whiteSpace=wrap;html=1;strokeColor=#16a34a;fillColor=#dcfce7;fontColor=#14532d;fontSize=12;align=center;verticalAlign=middle;spacing=7;arcSize=10;" value="&lt;b&gt;26. Comparar manifiesto vs receipt&lt;/b&gt;&lt;br&gt;Identificar bultos, unidades faltantes o sobrantes.&lt;br&gt;&lt;b&gt;D038 / D039&lt;/b&gt;." vertex="1">
-           <mxGeometry height="110" width="280" x="4490" y="505" as="geometry" />
-         </mxCell>
-         <mxCell id="o13" parent="1" style="rounded=1;whiteSpace=wrap;html=1;strokeColor=#16a34a;fillColor=#dcfce7;fontColor=#14532d;fontSize=12;align=center;verticalAlign=middle;spacing=7;arcSize=10;" value="&lt;b&gt;27. Preparar importación&lt;/b&gt;&lt;br&gt;Lista aprobada para FF, resumen de oficina y resumen para bodega.&lt;br&gt;&lt;b&gt;D041 / D043 / D044&lt;/b&gt;." vertex="1">
-           <mxGeometry height="120" width="290" x="4800" y="505" as="geometry" />
-         </mxCell>
-         <mxCell id="f2" parent="1" style="rounded=1;whiteSpace=wrap;html=1;strokeColor=#7c3aed;fillColor=#ede9fe;fontColor=#4c1d95;fontSize=12;align=center;verticalAlign=middle;spacing=7;arcSize=10;" value="&lt;b&gt;28. Importar a Costa Rica&lt;/b&gt;&lt;br&gt;Consolidación, transporte, aduanas e impuestos.&lt;br&gt;&lt;b&gt;D046 / D047&lt;/b&gt;." vertex="1">
-           <mxGeometry height="110" width="290" x="4800" y="1340" as="geometry" />
-         </mxCell>
-         <mxCell id="f3" parent="1" style="rounded=1;whiteSpace=wrap;html=1;strokeColor=#7c3aed;fillColor=#ede9fe;fontColor=#4c1d95;fontSize=12;align=center;verticalAlign=middle;spacing=7;arcSize=10;" value="&lt;b&gt;29. Trasladar a Monnry&lt;/b&gt;&lt;br&gt;Coordinar despacho local.&lt;br&gt;&lt;b&gt;D048 Boleta de Despacho&lt;/b&gt;." vertex="1">
-           <mxGeometry height="100" width="270" x="5120" y="1345" as="geometry" />
-         </mxCell>
-         <mxCell id="b1" parent="1" style="rounded=1;whiteSpace=wrap;html=1;strokeColor=#0f766e;fillColor=#ccfbf1;fontColor=#134e4a;fontSize=12;align=center;verticalAlign=middle;spacing=7;arcSize=10;" value="&lt;b&gt;30. Recibir físicamente en Monnry&lt;/b&gt;&lt;br&gt;Verificar bultos y condición general al descargar." vertex="1">
+           <mxGeometry relative="1" as="geometry">
+             <Array as="points">
+               <mxPoint x="4275" y="1140" />
+             </Array>
+           </mxGeometry>
+         </mxCell>
+         <mxCell id="e29" edge="1" parent="1" source="i_compare" style="edgeStyle=orthogonalEdgeStyle;rounded=0;orthogonalLoop=1;jettySize=auto;html=1;endArrow=block;endFill=1;strokeWidth=1.5;strokeColor=#4b5563;fontSize=11;labelBackgroundColor=#ffffff;exitX=0.75;exitY=1;exitDx=0;exitDy=0;" target="d_diff" value="">
+           <mxGeometry relative="1" as="geometry" />
+         </mxCell>
+         <mxCell id="f1" parent="1" style="rounded=1;whiteSpace=wrap;html=1;strokeColor=#7c3aed;fillColor=#ede9fe;fontColor=#4c1d95;fontSize=12;align=center;verticalAlign=middle;spacing=7;arcSize=10;" value="&lt;b&gt;25. Recibir en almacén USA&lt;/b&gt;&lt;br&gt;Crear &lt;b&gt;D037 Warehouse Receipt&lt;/b&gt;.&lt;div&gt;&lt;p class=&quot;isSelectedEnd&quot;&gt;El proveedor entrega la mercancía al almacén o Freight Forwarder en Estados Unidos. El almacén registra los bultos recibidos, la fecha de llegada y la identificación del envío.&lt;/p&gt;&lt;p&gt;&lt;/p&gt;&lt;/div&gt;" vertex="1">
+           <mxGeometry height="125" width="260" x="4490" y="1340" as="geometry" />
+         </mxCell>
+         <mxCell id="o12" parent="1" style="rounded=1;whiteSpace=wrap;html=1;strokeColor=#16a34a;fillColor=#dcfce7;fontColor=#14532d;fontSize=12;align=center;verticalAlign=middle;spacing=7;arcSize=10;" value="&lt;b&gt;26. Comparar manifiesto vs receipt&lt;/b&gt;&lt;br&gt;Identificar bultos, unidades faltantes o sobrantes.&lt;br&gt;&lt;b&gt;D038 / D039&lt;/b&gt;.&lt;div&gt;Oficinas compara el manifiesto enviado por el proveedor con el Warehouse Receipt generado por el almacén. Se revisa si coinciden los bultos, productos y cantidades, y se identifican faltantes, sobrantes o diferencias&lt;/div&gt;" vertex="1">
+           <mxGeometry height="135" width="280" x="4490" y="505" as="geometry" />
+         </mxCell>
+         <mxCell id="o13" parent="1" style="rounded=1;whiteSpace=wrap;html=1;strokeColor=#16a34a;fillColor=#dcfce7;fontColor=#14532d;fontSize=12;align=center;verticalAlign=middle;spacing=7;arcSize=10;" value="&lt;b&gt;27. Preparar importación&lt;/b&gt;&lt;br&gt;Lista aprobada para FF, resumen de oficina y resumen para bodega.&lt;br&gt;&lt;b&gt;D041 / D043 / D044&lt;/b&gt;.&lt;div&gt;Oficinas determina cuáles productos recibidos en Estados Unidos viajarán a Costa Rica. Luego prepara instrucciones y reportes diferentes para el Freight Forwarder, Oficinas y Bodega.&lt;/div&gt;" vertex="1">
+           <mxGeometry height="120" width="290" x="4830" y="512.5" as="geometry" />
+         </mxCell>
+         <mxCell id="f2" parent="1" style="rounded=1;whiteSpace=wrap;html=1;strokeColor=#7c3aed;fillColor=#ede9fe;fontColor=#4c1d95;fontSize=12;align=center;verticalAlign=middle;spacing=7;arcSize=10;" value="&lt;b&gt;28. Importar a Costa Rica&lt;/b&gt;&lt;br&gt;Consolidación, transporte, aduanas e impuestos.&lt;br&gt;&lt;b&gt;D046 / D047&lt;/b&gt;.&lt;div&gt;El Freight Forwarder consolida la carga y coordina su transporte internacional a Costa Rica. Al llegar, se realiza el proceso aduanero, se declara la mercancía y se gestionan los impuestos y cargos necesarios para liberarla.&lt;/div&gt;" vertex="1">
+           <mxGeometry height="130" width="290" x="4800" y="1330" as="geometry" />
+         </mxCell>
+         <mxCell id="f3" parent="1" style="rounded=1;whiteSpace=wrap;html=1;strokeColor=#7c3aed;fillColor=#ede9fe;fontColor=#4c1d95;fontSize=12;align=center;verticalAlign=middle;spacing=7;arcSize=10;" value="&lt;b&gt;29. Trasladar a Monnry&lt;/b&gt;&lt;br&gt;Coordinar despacho local.&lt;br&gt;&lt;b&gt;D048 Boleta de Despacho&lt;/b&gt;.&lt;div&gt;Una vez liberada la mercancía, se coordina el transporte local desde el almacén fiscal, puerto o punto de entrega hasta las instalaciones de Monnry.&lt;/div&gt;" vertex="1">
+           <mxGeometry height="125" width="270" x="5120" y="1332.5" as="geometry" />
+         </mxCell>
+         <mxCell id="b1" parent="1" style="rounded=1;whiteSpace=wrap;html=1;strokeColor=#0f766e;fillColor=#ccfbf1;fontColor=#134e4a;fontSize=12;align=center;verticalAlign=middle;spacing=7;arcSize=10;" value="&lt;b&gt;30. Recibir físicamente en Monnry&lt;/b&gt;&lt;br&gt;Verificar bultos y condición general al descargar.&lt;div&gt;Bodega recibe el camión, descarga la mercancía y realiza una revisión inicial. Se verifica la cantidad de bultos, su identificación y su condición externa, y se registran daños visibles o bultos faltantes.&lt;/div&gt;" vertex="1">
          <mxGeometry height="105" width="270" x="5120" y="1585" as="geometry" />
        </mxCell>
        <mxCell id="e30" edge="1" parent="1" source="d_diff" style="edgeStyle=orthogonalEdgeStyle;rounded=0;orthogonalLoop=1;jettySize=auto;html=1;endArrow=block;endFill=1;strokeWidth=1.5;strokeColor=#4b5563;fontSize=11;labelBackgroundColor=#ffffff;" target="f1" value="No">
-           <mxGeometry relative="1" as="geometry" />
+           <mxGeometry relative="1" as="geometry">
+             <Array as="points">
+               <mxPoint x="4590" y="1085" />
+             </Array>
+           </mxGeometry>
        </mxCell>
        <mxCell id="e31" edge="1" parent="1" source="f1" style="edgeStyle=orthogonalEdgeStyle;rounded=0;orthogonalLoop=1;jettySize=auto;html=1;endArrow=block;endFill=1;strokeWidth=1.5;strokeColor=#4b5563;fontSize=11;labelBackgroundColor=#ffffff;" target="o12" value="">
-           <mxGeometry relative="1" as="geometry" />
+           <mxGeometry relative="1" as="geometry">
+             <Array as="points">
+               <mxPoint x="4690" y="983" />
+               <mxPoint x="4630" y="983" />
+             </Array>
+           </mxGeometry>
        </mxCell>
        <mxCell id="e32" edge="1" parent="1" source="o12" style="edgeStyle=orthogonalEdgeStyle;rounded=0;orthogonalLoop=1;jettySize=auto;html=1;endArrow=block;endFill=1;strokeWidth=1.5;strokeColor=#4b5563;fontSize=11;labelBackgroundColor=#ffffff;" target="o13" value="">
          <mxGeometry relative="1" as="geometry" />
        </mxCell>
        <mxCell id="e33" edge="1" parent="1" source="o13" style="edgeStyle=orthogonalEdgeStyle;rounded=0;orthogonalLoop=1;jettySize=auto;html=1;endArrow=block;endFill=1;strokeWidth=1.5;strokeColor=#4b5563;fontSize=11;labelBackgroundColor=#ffffff;" target="f2" value="">
          <mxGeometry relative="1" as="geometry" />
        </mxCell>
        <mxCell id="e34" edge="1" parent="1" source="f2" style="edgeStyle=orthogonalEdgeStyle;rounded=0;orthogonalLoop=1;jettySize=auto;html=1;endArrow=block;endFill=1;strokeWidth=1.5;strokeColor=#4b5563;fontSize=11;labelBackgroundColor=#ffffff;" target="f3" value="">
          <mxGeometry relative="1" as="geometry" />
        </mxCell>
        <mxCell id="e35" edge="1" parent="1" source="f3" style="edgeStyle=orthogonalEdgeStyle;rounded=0;orthogonalLoop=1;jettySize=auto;html=1;endArrow=block;endFill=1;strokeWidth=1.5;strokeColor=#4b5563;fontSize=11;labelBackgroundColor=#ffffff;" target="b1" value="">
          <mxGeometry relative="1" as="geometry" />
        </mxCell>
        <mxCell id="b2" parent="1" style="rounded=1;whiteSpace=wrap;html=1;strokeColor=#0f766e;fillColor=#ccfbf1;fontColor=#134e4a;fontSize=12;align=center;verticalAlign=middle;spacing=7;arcSize=10;" value="&lt;b&gt;31. Clasificar unidades&lt;/b&gt;&lt;br&gt;Tienda · special order · repuestos/RMA · producto con daño visible." vertex="1">
          <mxGeometry height="110" width="270" x="5580" y="1580" as="geometry" />
        </mxCell>
        <mxCell id="b3" parent="1" style="rounded=1;whiteSpace=wrap;html=1;strokeColor=#0f766e;fillColor=#ccfbf1;fontColor=#134e4a;fontSize=12;align=center;verticalAlign=middle;spacing=7;arcSize=10;" value="&lt;b&gt;32. Primer inventario&lt;/b&gt;&lt;br&gt;Contar por SKU y registrar condición inicial." vertex="1">
          <mxGeometry height="95" width="250" x="5880" y="1580" as="geometry" />
        </mxCell>
        <mxCell id="o14" parent="1" style="rounded=1;whiteSpace=wrap;html=1;strokeColor=#16a34a;fillColor=#dcfce7;fontColor=#14532d;fontSize=12;align=center;verticalAlign=middle;spacing=7;arcSize=10;" value="&lt;b&gt;33. Cargar gastos reales&lt;/b&gt;&lt;br&gt;Freight US · Ocean Freight · impuestos · extras · nacionalización · almacenaje · Flete CR." vertex="1">
          <mxGeometry height="120" width="300" x="5880" y="500" as="geometry" />
        </mxCell>
        <mxCell id="i_cost" parent="1" style="rounded=1;whiteSpace=wrap;html=1;strokeColor=#0f766e;fillColor=#ccfbf1;fontColor=#134e4a;fontSize=12;align=center;verticalAlign=middle;spacing=7;arcSize=10;" value="&lt;b&gt;34. Distribuir gastos y calcular costo&lt;/b&gt;&lt;br&gt;Por factura y proporcionalmente por línea.&lt;br&gt;Landed Cost / Real Landed Cost." vertex="1">
          <mxGeometry height="130" width="280" x="6210" y="790" as="geometry" />
        </mxCell>
        <mxCell id="b4" parent="1" style="rounded=1;whiteSpace=wrap;html=1;strokeColor=#0f766e;fillColor=#ccfbf1;fontColor=#134e4a;fontSize=12;align=center;verticalAlign=middle;spacing=7;arcSize=10;" value="&lt;b&gt;35. Recibir/actualizar en Windward&lt;/b&gt;&lt;br&gt;Producto, cantidades, costos, categoría, ubicación y barcode." vertex="1">
          <mxGeometry height="105" width="280" x="6210" y="1580" as="geometry" />
        </mxCell>
        <mxCell id="b5" parent="1" style="rounded=1;whiteSpace=wrap;html=1;strokeColor=#0f766e;fillColor=#ccfbf1;fontColor=#134e4a;fontSize=12;align=center;verticalAlign=middle;spacing=7;arcSize=10;" value="&lt;b&gt;36. Confirmar precio y etiquetas&lt;/b&gt;&lt;br&gt;Margen · IVA · redondeo · Previous Retail · Online Price.&lt;br&gt;Imprimir y colocar etiquetas." vertex="1">
          <mxGeometry height="120" width="290" x="6520" y="1575" as="geometry" />
        </mxCell>
        <mxCell id="b6" parent="1" style="rounded=1;whiteSpace=wrap;html=1;strokeColor=#0f766e;fillColor=#ccfbf1;fontColor=#134e4a;fontSize=12;align=center;verticalAlign=middle;spacing=7;arcSize=10;" value="&lt;b&gt;37. Segundo inventario&lt;/b&gt;&lt;br&gt;Recontar después de recepción, etiquetado y acomodo." vertex="1">
          <mxGeometry height="100" width="260" x="6840" y="1580" as="geometry" />
        </mxCell>
        <mxCell id="d_count" parent="1" style="rhombus;whiteSpace=wrap;html=1;strokeColor=#a16207;fillColor=#fef3c7;fontColor=#713f12;fontSize=11;fontStyle=1;align=center;verticalAlign=middle;spacing=5;" value="¿Shipped = 1.er inventario&lt;br&gt;= 2.º inventario&lt;br&gt;= recepción Windward?" vertex="1">
          <mxGeometry height="130" width="170" x="6890" y="1390" as="geometry" />
        </mxCell>
        <mxCell id="b7" parent="1" style="rounded=1;whiteSpace=wrap;html=1;strokeColor=#0f766e;fillColor=#ccfbf1;fontColor=#134e4a;fontSize=12;align=center;verticalAlign=middle;spacing=7;arcSize=10;" value="&lt;b&gt;38. Ubicar y liberar&lt;/b&gt;&lt;br&gt;Piso · bodega · reservado/special order.&lt;br&gt;La unidad queda operativa." vertex="1">
          <mxGeometry height="105" width="230" x="6870" y="1695" as="geometry" />
        </mxCell>
        <mxCell id="i_sync" parent="1" style="rounded=1;whiteSpace=wrap;html=1;strokeColor=#0f766e;fillColor=#ccfbf1;fontColor=#134e4a;fontSize=12;align=center;verticalAlign=middle;spacing=7;arcSize=10;" value="&lt;b&gt;39. Consolidar maestro y stock&lt;/b&gt;&lt;br&gt;Actualizar Inventory Module con producto, cantidades, costos y referencias Windward." vertex="1">
          <mxGeometry height="120" width="280" x="6820" y="790" as="geometry" />
        </mxCell>
        <mxCell id="v1" parent="1" style="rounded=1;whiteSpace=wrap;html=1;strokeColor=#64748b;fillColor=#f1f5f9;fontColor=#334155;fontSize=12;align=center;verticalAlign=middle;spacing=7;arcSize=10;" value="&lt;b&gt;40. Crear o actualizar Shopify&lt;/b&gt;&lt;br&gt;Handle · SKU · title · price · barcode · inventory · imágenes · tags · metafields · familias/tamaños." vertex="1">
          <mxGeometry height="150" width="280" x="6820" y="1865" as="geometry" />
        </mxCell>
        <mxCell id="e36" edge="1" parent="1" source="b1" style="edgeStyle=orthogonalEdgeStyle;rounded=0;orthogonalLoop=1;jettySize=auto;html=1;endArrow=block;endFill=1;strokeWidth=1.5;strokeColor=#4b5563;fontSize=11;labelBackgroundColor=#ffffff;" target="b2" value="">
          <mxGeometry relative="1" as="geometry" />
        </mxCell>
        <mxCell id="e37" edge="1" parent="1" source="b2" style="edgeStyle=orthogonalEdgeStyle;rounded=0;orthogonalLoop=1;jettySize=auto;html=1;endArrow=block;endFill=1;strokeWidth=1.5;strokeColor=#4b5563;fontSize=11;labelBackgroundColor=#ffffff;" target="b3" value="">
          <mxGeometry relative="1" as="geometry" />
        </mxCell>
        <mxCell id="e38" edge="1" parent="1" source="b3" style="edgeStyle=orthogonalEdgeStyle;rounded=0;orthogonalLoop=1;jettySize=auto;html=1;endArrow=block;endFill=1;strokeWidth=1.5;strokeColor=#4b5563;fontSize=11;labelBackgroundColor=#ffffff;" target="o14" value="">
          <mxGeometry relative="1" as="geometry" />
        </mxCell>
        <mxCell id="e39" edge="1" parent="1" source="o14" style="edgeStyle=orthogonalEdgeStyle;rounded=0;orthogonalLoop=1;jettySize=auto;html=1;endArrow=block;endFill=1;strokeWidth=1.5;strokeColor=#4b5563;fontSize=11;labelBackgroundColor=#ffffff;" target="i_cost" value="">
          <mxGeometry relative="1" as="geometry" />
        </mxCell>
        <mxCell id="e40" edge="1" parent="1" source="i_cost" style="edgeStyle=orthogonalEdgeStyle;rounded=0;orthogonalLoop=1;jettySize=auto;html=1;endArrow=block;endFill=1;strokeWidth=1.5;strokeColor=#4b5563;fontSize=11;labelBackgroundColor=#ffffff;" target="b4" value="">
          <mxGeometry relative="1" as="geometry" />
        </mxCell>
        <mxCell id="e41" edge="1" parent="1" source="b4" style="edgeStyle=orthogonalEdgeStyle;rounded=0;orthogonalLoop=1;jettySize=auto;html=1;endArrow=block;endFill=1;strokeWidth=1.5;strokeColor=#4b5563;fontSize=11;labelBackgroundColor=#ffffff;" target="b5" value="">
          <mxGeometry relative="1" as="geometry" />
        </mxCell>
        <mxCell id="e42" edge="1" parent="1" source="b5" style="edgeStyle=orthogonalEdgeStyle;rounded=0;orthogonalLoop=1;jettySize=auto;html=1;endArrow=block;endFill=1;strokeWidth=1.5;strokeColor=#4b5563;fontSize=11;labelBackgroundColor=#ffffff;" target="b6" value="">
          <mxGeometry relative="1" as="geometry" />
        </mxCell>
        <mxCell id="e43" edge="1" parent="1" source="b6" style="edgeStyle=orthogonalEdgeStyle;rounded=0;orthogonalLoop=1;jettySize=auto;html=1;endArrow=block;endFill=1;strokeWidth=1.5;strokeColor=#4b5563;fontSize=11;labelBackgroundColor=#ffffff;" target="d_count" value="">
          <mxGeometry relative="1" as="geometry" />
        </mxCell>
        <mxCell id="e44" edge="1" parent="1" source="d_count" style="edgeStyle=orthogonalEdgeStyle;rounded=0;orthogonalLoop=1;jettySize=auto;html=1;endArrow=block;endFill=1;strokeWidth=1.5;strokeColor=#4b5563;fontSize=11;labelBackgroundColor=#ffffff;" target="b7" value="Sí">
          <mxGeometry relative="1" as="geometry" />
        </mxCell>
        <mxCell id="e45" edge="1" parent="1" source="b7" style="edgeStyle=orthogonalEdgeStyle;rounded=0;orthogonalLoop=1;jettySize=auto;html=1;endArrow=block;endFill=1;strokeWidth=1.5;strokeColor=#4b5563;fontSize=11;labelBackgroundColor=#ffffff;" target="i_sync" value="">
          <mxGeometry relative="1" as="geometry" />
        </mxCell>
        <mxCell id="e46" edge="1" parent="1" source="i_sync" style="edgeStyle=orthogonalEdgeStyle;rounded=0;orthogonalLoop=1;jettySize=auto;html=1;endArrow=block;endFill=1;strokeWidth=1.5;strokeColor=#4b5563;fontSize=11;labelBackgroundColor=#ffffff;" target="v1" value="">
          <mxGeometry relative="1" as="geometry" />
        </mxCell>
        <mxCell id="v2" parent="1" style="rounded=1;whiteSpace=wrap;html=1;strokeColor=#64748b;fillColor=#f1f5f9;fontColor=#334155;fontSize=12;align=center;verticalAlign=middle;spacing=7;arcSize=10;" value="&lt;b&gt;41. Producto disponible para demanda&lt;/b&gt;&lt;br&gt;POS · Shopify · cotización · layaway · special order." vertex="1">
          <mxGeometry height="110" width="280" x="7200" y="1860" as="geometry" />
        </mxCell>
        <mxCell id="v3" parent="1" style="rounded=1;whiteSpace=wrap;html=1;strokeColor=#64748b;fillColor=#f1f5f9;fontColor=#334155;fontSize=12;align=center;verticalAlign=middle;spacing=7;arcSize=10;" value="&lt;b&gt;42. Reservar y documentar&lt;/b&gt;&lt;br&gt;Factura, web order, pick slip o reserva.&lt;br&gt;Separar la unidad física." vertex="1">
          <mxGeometry height="110" width="280" x="7510" y="1860" as="geometry" />
        </mxCell>
        <mxCell id="b8" parent="1" style="rounded=1;whiteSpace=wrap;html=1;strokeColor=#0f766e;fillColor=#ccfbf1;fontColor=#134e4a;fontSize=12;align=center;verticalAlign=middle;spacing=7;arcSize=10;" value="&lt;b&gt;43. Preparar retiro o transporte&lt;/b&gt;&lt;br&gt;Localizar, inspeccionar, empacar y entregar a cliente/transportista." vertex="1">
          <mxGeometry height="110" width="280" x="7510" y="1580" as="geometry" />
        </mxCell>
        <mxCell id="b9" parent="1" style="rounded=1;whiteSpace=wrap;html=1;strokeColor=#0f766e;fillColor=#ccfbf1;fontColor=#134e4a;fontSize=12;align=center;verticalAlign=middle;spacing=7;arcSize=10;" value="&lt;b&gt;44. Registrar movimiento&lt;/b&gt;&lt;br&gt;Windward descuenta/reclasifica stock y conserva el movimiento." vertex="1">
          <mxGeometry height="100" width="270" x="7820" y="1580" as="geometry" />
        </mxCell>
        <mxCell id="v4" parent="1" style="rounded=1;whiteSpace=wrap;html=1;strokeColor=#64748b;fillColor=#f1f5f9;fontColor=#334155;fontSize=12;align=center;verticalAlign=middle;spacing=7;arcSize=10;" value="&lt;b&gt;45. Confirmar entrega&lt;/b&gt;&lt;br&gt;La unidad sale físicamente de Monnry y se actualiza el stock ecommerce." vertex="1">
          <mxGeometry height="105" width="270" x="7820" y="1860" as="geometry" />
        </mxCell>
        <mxCell id="d_after" parent="1" style="rhombus;whiteSpace=wrap;html=1;strokeColor=#a16207;fillColor=#fef3c7;fontColor=#713f12;fontSize=11;fontStyle=1;align=center;verticalAlign=middle;spacing=5;" value="¿Devolución, daño&lt;br&gt;o garantía?" vertex="1">
          <mxGeometry height="105" width="140" x="8120" y="1870" as="geometry" />
        </mxCell>
        <mxCell id="end_ok" parent="1" style="ellipse;whiteSpace=wrap;html=1;strokeColor=#166534;fillColor=#bbf7d0;fontColor=#14532d;fontSize=12;fontStyle=1;align=center;verticalAlign=middle;" value="Unidad vendida y entregada&lt;br&gt;sin incidencia" vertex="1">
          <mxGeometry height="105" width="220" x="8330" y="1865" as="geometry" />
        </mxCell>
        <mxCell id="e47" edge="1" parent="1" source="v1" style="edgeStyle=orthogonalEdgeStyle;rounded=0;orthogonalLoop=1;jettySize=auto;html=1;endArrow=block;endFill=1;strokeWidth=1.5;strokeColor=#4b5563;fontSize=11;labelBackgroundColor=#ffffff;" target="v2" value="">
          <mxGeometry relative="1" as="geometry" />
        </mxCell>
        <mxCell id="e48" edge="1" parent="1" source="v2" style="edgeStyle=orthogonalEdgeStyle;rounded=0;orthogonalLoop=1;jettySize=auto;html=1;endArrow=block;endFill=1;strokeWidth=1.5;strokeColor=#4b5563;fontSize=11;labelBackgroundColor=#ffffff;" target="v3" value="">
          <mxGeometry relative="1" as="geometry" />
        </mxCell>
        <mxCell id="e49" edge="1" parent="1" source="v3" style="edgeStyle=orthogonalEdgeStyle;rounded=0;orthogonalLoop=1;jettySize=auto;html=1;endArrow=block;endFill=1;strokeWidth=1.5;strokeColor=#4b5563;fontSize=11;labelBackgroundColor=#ffffff;" target="b8" value="">
          <mxGeometry relative="1" as="geometry" />
        </mxCell>
        <mxCell id="e50" edge="1" parent="1" source="b8" style="edgeStyle=orthogonalEdgeStyle;rounded=0;orthogonalLoop=1;jettySize=auto;html=1;endArrow=block;endFill=1;strokeWidth=1.5;strokeColor=#4b5563;fontSize=11;labelBackgroundColor=#ffffff;" target="b9" value="">
          <mxGeometry relative="1" as="geometry" />
        </mxCell>
        <mxCell id="e51" edge="1" parent="1" source="b9" style="edgeStyle=orthogonalEdgeStyle;rounded=0;orthogonalLoop=1;jettySize=auto;html=1;endArrow=block;endFill=1;strokeWidth=1.5;strokeColor=#4b5563;fontSize=11;labelBackgroundColor=#ffffff;" target="v4" value="">
          <mxGeometry relative="1" as="geometry" />
        </mxCell>
        <mxCell id="e52" edge="1" parent="1" source="v4" style="edgeStyle=orthogonalEdgeStyle;rounded=0;orthogonalLoop=1;jettySize=auto;html=1;endArrow=block;endFill=1;strokeWidth=1.5;strokeColor=#4b5563;fontSize=11;labelBackgroundColor=#ffffff;" target="d_after" value="">
          <mxGeometry relative="1" as="geometry" />
        </mxCell>
        <mxCell id="e53" edge="1" parent="1" source="d_after" style="edgeStyle=orthogonalEdgeStyle;rounded=0;orthogonalLoop=1;jettySize=auto;html=1;endArrow=block;endFill=1;strokeWidth=1.5;strokeColor=#4b5563;fontSize=11;labelBackgroundColor=#ffffff;" target="end_ok" value="No">
          <mxGeometry relative="1" as="geometry" />
        </mxCell>
        <mxCell id="x_ats" parent="1" style="rounded=1;whiteSpace=wrap;html=1;strokeColor=#dc2626;fillColor=#fee2e2;fontColor=#7f1d1d;fontSize=11;align=center;verticalAlign=middle;spacing=7;arcSize=10;" value="&lt;b&gt;ATS no aprobado&lt;/b&gt;&lt;br&gt;Reducir cantidad, excluir del embarque o dejar pendiente/backorder.&lt;br&gt;La línea conserva historial." vertex="1">
          <mxGeometry height="120" width="310" x="3150" y="2150" as="geometry" />
        </mxCell>
        <mxCell id="x_diff" parent="1" style="rounded=1;whiteSpace=wrap;html=1;strokeColor=#dc2626;fillColor=#fee2e2;fontColor=#7f1d1d;fontSize=11;align=center;verticalAlign=middle;spacing=7;arcSize=10;" value="&lt;b&gt;Discrepancia documental&lt;/b&gt;&lt;br&gt;Registrar diferencia, avisar a Gerencia y dejar nota para validación física al recibir." vertex="1">
          <mxGeometry height="120" width="310" x="4050" y="2150" as="geometry" />
        </mxCell>
        <mxCell id="x_count" parent="1" style="rounded=1;whiteSpace=wrap;html=1;strokeColor=#dc2626;fillColor=#fee2e2;fontColor=#7f1d1d;fontSize=11;align=center;verticalAlign=middle;spacing=7;arcSize=10;" value="&lt;b&gt;Diferencia física&lt;/b&gt;&lt;br&gt;Reconteo · investigación · ajuste Windward · reclamo por faltante/daño.&lt;br&gt;&lt;b&gt;D056 / D057&lt;/b&gt;." vertex="1">
          <mxGeometry height="135" width="340" x="6480" y="2140" as="geometry" />
        </mxCell>
        <mxCell id="x_return" parent="1" style="rounded=1;whiteSpace=wrap;html=1;strokeColor=#dc2626;fillColor=#fee2e2;fontColor=#7f1d1d;fontSize=11;align=center;verticalAlign=middle;spacing=7;arcSize=10;" value="&lt;b&gt;Devolución vendible&lt;/b&gt;&lt;br&gt;Inspeccionar, reetiquetar, reubicar y reingresar stock." vertex="1">
          <mxGeometry height="120" width="270" x="7200" y="2145" as="geometry" />
        </mxCell>
        <mxCell id="x_repair" parent="1" style="rounded=1;whiteSpace=wrap;html=1;strokeColor=#dc2626;fillColor=#fee2e2;fontColor=#7f1d1d;fontSize=11;align=center;verticalAlign=middle;spacing=7;arcSize=10;" value="&lt;b&gt;Reparación / RMA / garantía&lt;/b&gt;&lt;br&gt;Reparar internamente o solicitar pieza, reemplazo o crédito al proveedor." vertex="1">
          <mxGeometry height="130" width="300" x="7500" y="2140" as="geometry" />
        </mxCell>
        <mxCell id="x_mch" parent="1" style="rounded=1;whiteSpace=wrap;html=1;strokeColor=#dc2626;fillColor=#fee2e2;fontColor=#7f1d1d;fontSize=11;align=center;verticalAlign=middle;spacing=7;arcSize=10;" value="&lt;b&gt;Venta con daño&lt;/b&gt;&lt;br&gt;Marcar &lt;b&gt;mch&lt;/b&gt;, ajustar precio y comunicar condición en Shopify." vertex="1">
          <mxGeometry height="120" width="270" x="7830" y="2145" as="geometry" />
        </mxCell>
        <mxCell id="x_low" parent="1" style="rounded=1;whiteSpace=wrap;html=1;strokeColor=#dc2626;fillColor=#fee2e2;fontColor=#7f1d1d;fontSize=11;align=center;verticalAlign=middle;spacing=7;arcSize=10;" value="&lt;b&gt;Baja definitiva&lt;/b&gt;&lt;br&gt;Donar, desechar o inactivar. Ajustar stock y conservar trazabilidad." vertex="1">
          <mxGeometry height="120" width="230" x="8100" y="2145" as="geometry" />
        </mxCell>
        <mxCell id="x_restock" parent="1" style="rounded=1;whiteSpace=wrap;html=1;strokeColor=#dc2626;fillColor=#fee2e2;fontColor=#7f1d1d;fontSize=11;align=center;verticalAlign=middle;spacing=7;arcSize=10;" value="&lt;b&gt;¿Reponer el producto?&lt;/b&gt;&lt;br&gt;Reutilizar el mismo producto maestro y crear una nueva línea en otro PO." vertex="1">
          <mxGeometry height="130" width="270" x="8400" y="2140" as="geometry" />
        </mxCell>
        <mxCell id="ex1" edge="1" parent="1" source="d_ats" style="edgeStyle=orthogonalEdgeStyle;rounded=0;html=1;endArrow=block;endFill=1;strokeWidth=1.5;strokeColor=#dc2626;fontColor=#991b1b;labelBackgroundColor=#ffffff;" target="x_ats" value="No">
          <mxGeometry relative="1" as="geometry">
            <Array as="points">
              <mxPoint x="3550" y="2050" />
              <mxPoint x="3300" y="2050" />
            </Array>
          </mxGeometry>
        </mxCell>
        <mxCell id="ex2" edge="1" parent="1" source="d_diff" style="edgeStyle=orthogonalEdgeStyle;rounded=0;html=1;endArrow=block;endFill=1;strokeWidth=1.5;strokeColor=#dc2626;fontColor=#991b1b;labelBackgroundColor=#ffffff;" target="x_diff" value="Sí">
          <mxGeometry relative="1" as="geometry">
            <Array as="points">
-               <mxPoint x="4350" y="2050" />
+               <mxPoint x="4400" y="2050" />
              <mxPoint x="4200" y="2050" />
            </Array>
          </mxGeometry>
        </mxCell>
        <mxCell id="ex3" edge="1" parent="1" source="d_count" style="edgeStyle=orthogonalEdgeStyle;rounded=0;html=1;endArrow=block;endFill=1;strokeWidth=1.5;strokeColor=#dc2626;fontColor=#991b1b;labelBackgroundColor=#ffffff;" target="x_count" value="No">
          <mxGeometry relative="1" as="geometry">
            <Array as="points">
              <mxPoint x="6970" y="2080" />
              <mxPoint x="6650" y="2080" />
            </Array>
          </mxGeometry>
        </mxCell>
        <mxCell id="ex4" edge="1" parent="1" source="d_after" style="edgeStyle=orthogonalEdgeStyle;rounded=0;html=1;endArrow=block;endFill=1;strokeWidth=1.5;strokeColor=#dc2626;fontColor=#991b1b;labelBackgroundColor=#ffffff;" target="x_return" value="Sí: vendible">
          <mxGeometry relative="1" as="geometry">
            <Array as="points">
              <mxPoint x="8190" y="2080" />
              <mxPoint x="7340" y="2080" />
            </Array>
          </mxGeometry>
        </mxCell>
        <mxCell id="ex5" edge="1" parent="1" source="d_after" style="edgeStyle=orthogonalEdgeStyle;rounded=0;html=1;endArrow=block;endFill=1;strokeWidth=1.5;strokeColor=#dc2626;fontColor=#991b1b;labelBackgroundColor=#ffffff;" target="x_repair" value="Reparable / garantía">
          <mxGeometry relative="1" as="geometry">
            <Array as="points">
              <mxPoint x="8190" y="2090" />
              <mxPoint x="7650" y="2090" />
            </Array>
          </mxGeometry>
        </mxCell>
        <mxCell id="ex6" edge="1" parent="1" source="d_after" style="edgeStyle=orthogonalEdgeStyle;rounded=0;html=1;endArrow=block;endFill=1;strokeWidth=1.5;strokeColor=#dc2626;fontColor=#991b1b;labelBackgroundColor=#ffffff;" target="x_mch" value="Vender con daño">
          <mxGeometry relative="1" as="geometry">
            <Array as="points">
              <mxPoint x="8190" y="2100" />
              <mxPoint x="7965" y="2100" />
            </Array>
          </mxGeometry>
        </mxCell>
        <mxCell id="ex7" edge="1" parent="1" source="d_after" style="edgeStyle=orthogonalEdgeStyle;rounded=0;html=1;endArrow=block;endFill=1;strokeWidth=1.5;strokeColor=#dc2626;fontColor=#991b1b;labelBackgroundColor=#ffffff;" target="x_low" value="No recuperable">
          <mxGeometry relative="1" as="geometry">
            <Array as="points">
              <mxPoint x="8190" y="2110" />
              <mxPoint x="8265" y="2110" />
            </Array>
          </mxGeometry>
        </mxCell>
        <mxCell id="ex8" edge="1" parent="1" source="end_ok" style="edgeStyle=orthogonalEdgeStyle;rounded=0;html=1;endArrow=block;endFill=1;strokeWidth=1.5;strokeColor=#64748b;fontColor=#334155;labelBackgroundColor=#ffffff;" target="x_restock" value="Stock bajo / nueva demanda">
          <mxGeometry relative="1" as="geometry">
            <Array as="points">
              <mxPoint x="8440" y="2080" />
              <mxPoint x="8530" y="2080" />
            </Array>
          </mxGeometry>
        </mxCell>
        <mxCell id="ex9" edge="1" parent="1" source="x_return" style="edgeStyle=orthogonalEdgeStyle;rounded=0;html=1;endArrow=block;endFill=1;strokeWidth=1;dashed=1;strokeColor=#64748b;" target="x_restock" value="Después de reingreso">
          <mxGeometry relative="1" as="geometry" />
        </mxCell>
        <mxCell id="ex10" edge="1" parent="1" source="x_repair" style="edgeStyle=orthogonalEdgeStyle;rounded=0;html=1;endArrow=block;endFill=1;strokeWidth=1;dashed=1;strokeColor=#64748b;" target="x_restock" value="Después de resolver">
          <mxGeometry relative="1" as="geometry" />
        </mxCell>
        <mxCell id="loop_restock" edge="1" parent="1" source="x_restock" style="edgeStyle=orthogonalEdgeStyle;rounded=0;html=1;endArrow=block;endFill=1;strokeWidth=2;dashed=1;strokeColor=#475569;fontColor=#334155;labelBackgroundColor=#ffffff;" target="o5" value="Sí: nuevo PO con el mismo producto maestro">
          <mxGeometry relative="1" as="geometry">
            <Array as="points">
              <mxPoint x="8530" y="2420" />
              <mxPoint x="1990" y="2420" />
              <mxPoint x="1990" y="770" />
            </Array>
          </mxGeometry>
        </mxCell>
      </root>
    </mxGraphModel>
  </diagram>
</mxfile>
